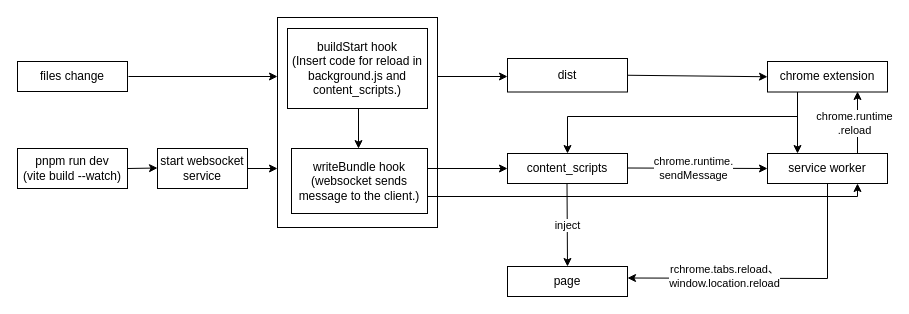
Jervis2049/vite-plugin-crx-hot-reload keeps this draw.io diagram as docs/workflow.drawio. Above is the earlier version. Source tidied: cells renumbered, new cells numbered last; positions are measured from the earlier drawing's top-left corner, leaving out a move shared by most shapes. Both pictures are drawn from the tidied source at 100%, with x=0, y=0 at pixel (17, 17).
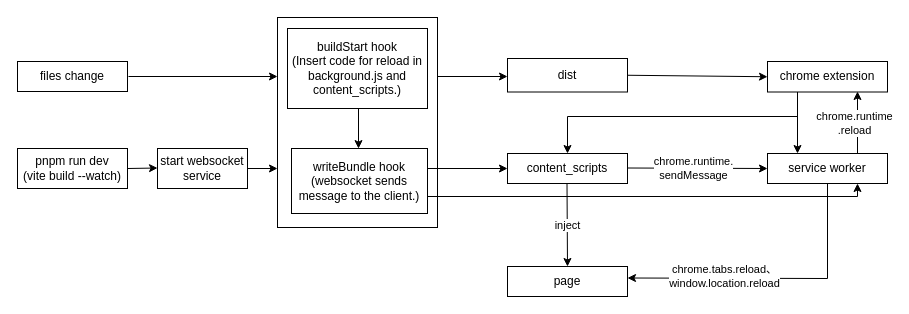
Above is the later version.

The change refers to these unchanged cells:
```xml
<mxCell id="29" style="endArrow=classic;html=1;rounded=0;" parent="1" edge="1">
  <mxGeometry relative="1" as="geometry">
    <mxPoint x="810" y="166" as="sourcePoint" />
    <mxPoint x="610" y="260.5" as="targetPoint" />
    <Array as="points">
      <mxPoint x="810" y="261" />
    </Array>
  </mxGeometry>
</mxCell>
```

The edit, as a diff of the source:
```diff
@@
-    <mxCell id="30" value="rchrome.tabs.reload、&lt;br&gt;window.location.reload" style="edgeLabel;html=1;align=center;verticalAlign=middle;" parent="29" vertex="1">
+    <mxCell id="30" value="chrome.tabs.reload、&lt;br&gt;window.location.reload" style="edgeLabel;html=1;align=center;verticalAlign=middle;" parent="29" vertex="1">
       <mxGeometry x="0.48" y="-2" relative="1" as="geometry">
         <mxPoint x="19" as="offset" />
       </mxGeometry>
     </mxCell>
```
